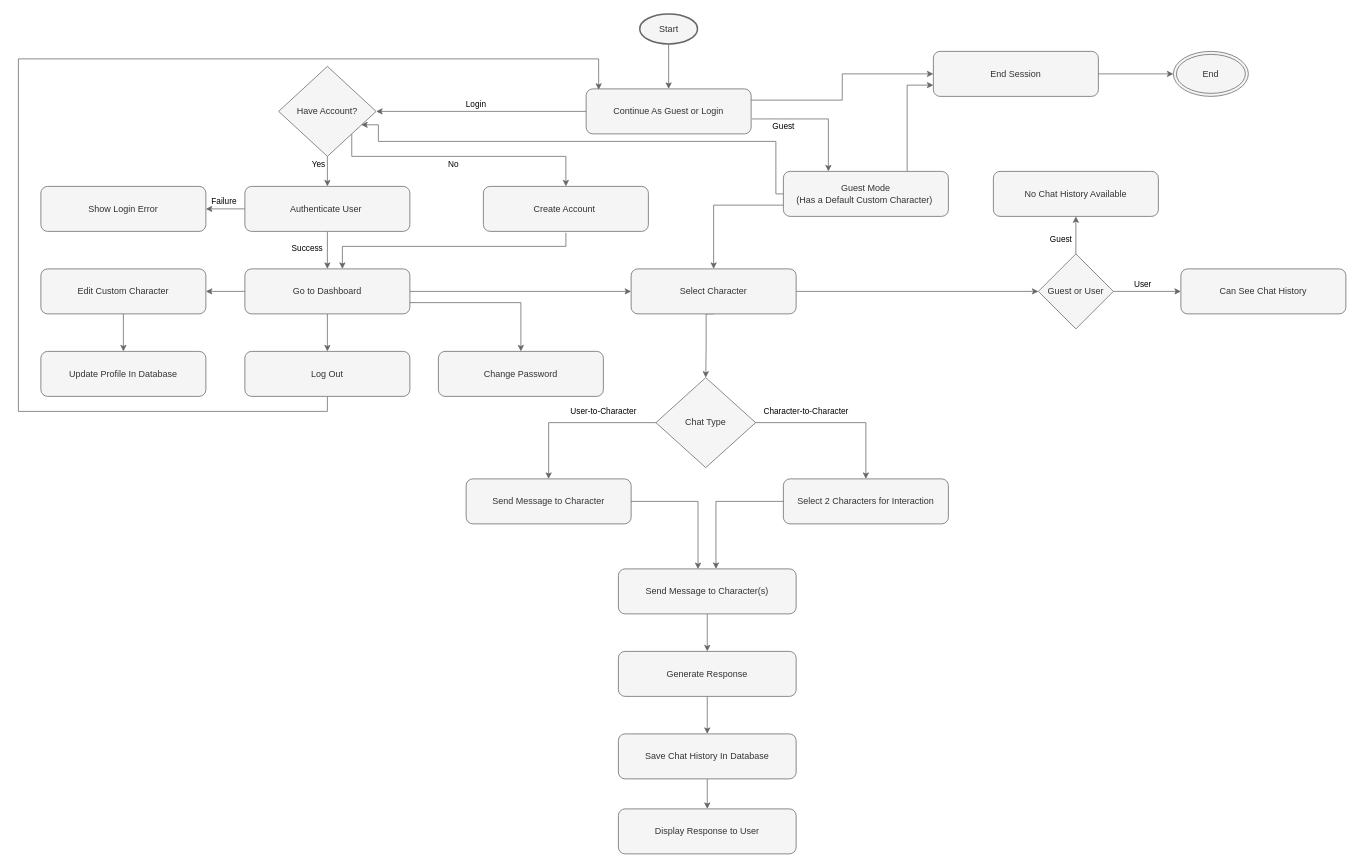
aminnademi/AIrium keeps this draw.io diagram as schema/activity_diagram.drawio. Above is the earlier version. Source tidied: cells renumbered, new cells numbered last; positions are measured from the earlier drawing's top-left corner, leaving out a move shared by most shapes. Both pictures are drawn from the tidied source at 75%, with x=0, y=0 at pixel (18, 14).
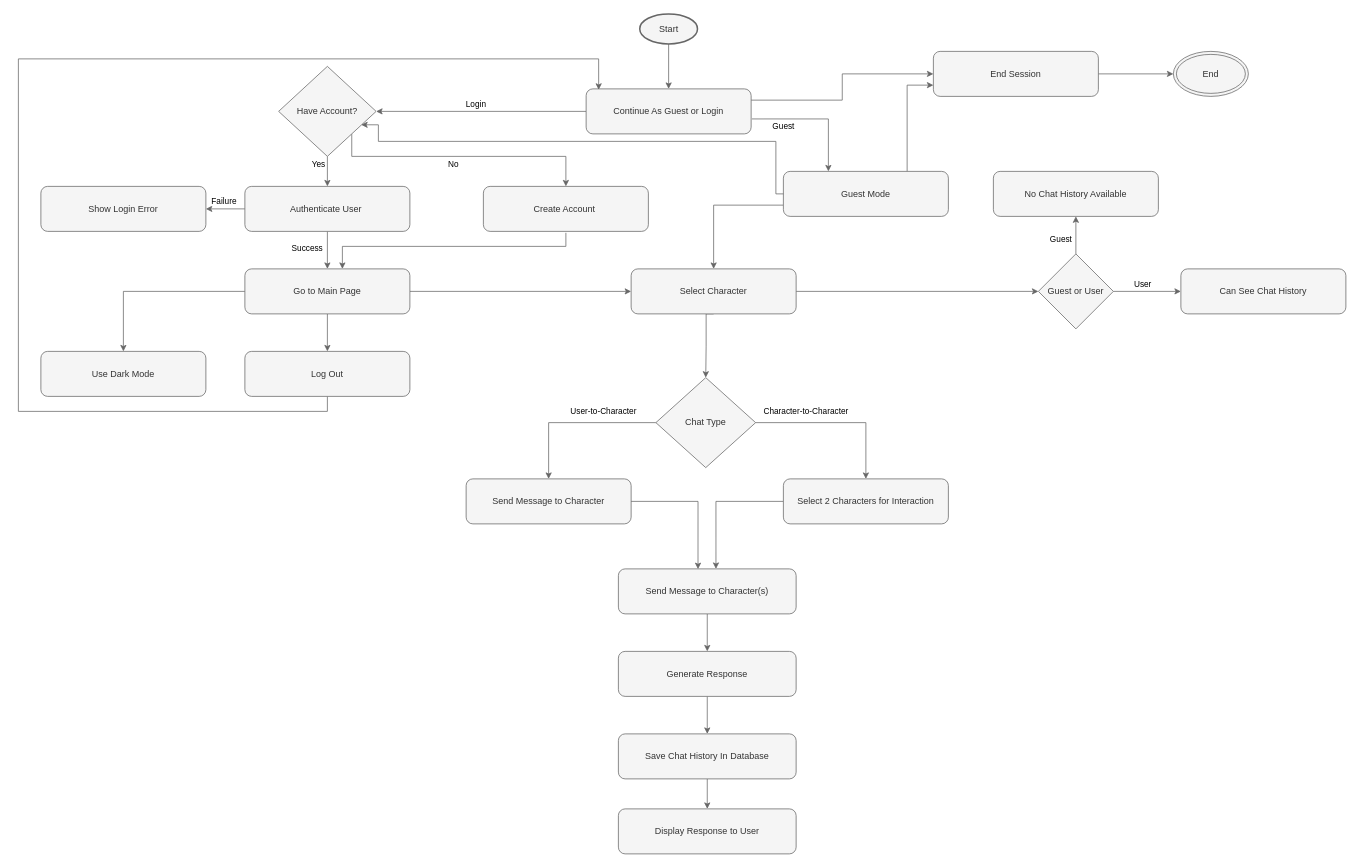
Above is the later version.

What changed in the source:
```diff
@@
-    <mxCell id="13" value="Guest Mode&lt;div&gt;(Has a Default Custom Character)&amp;nbsp;&lt;/div&gt;" style="rounded=1;whiteSpace=wrap;html=1;fillColor=#f5f5f5;strokeColor=#666666;fontColor=#333333;" parent="1" vertex="1">
+    <mxCell id="13" value="Guest Mode" style="rounded=1;whiteSpace=wrap;html=1;fillColor=#f5f5f5;strokeColor=#666666;fontColor=#333333;" parent="1" vertex="1">
       <mxGeometry x="1020" y="210" width="220" height="60" as="geometry" />
     </mxCell>
@@
-    <mxCell id="16" style="edgeStyle=orthogonalEdgeStyle;rounded=0;jettySize=auto;html=1;exitX=0;exitY=0.5;exitDx=0;exitDy=0;entryX=1;entryY=0.5;entryDx=0;entryDy=0;fillColor=#f5f5f5;strokeColor=#666666;" parent="1" edge="1" source="19" target="42">
-      <mxGeometry relative="1" as="geometry" />
-    </mxCell>
@@
-    <mxCell id="18" style="edgeStyle=orthogonalEdgeStyle;rounded=0;jettySize=auto;html=1;exitX=1;exitY=0.75;exitDx=0;exitDy=0;entryX=0.5;entryY=0;entryDx=0;entryDy=0;fillColor=#f5f5f5;strokeColor=#666666;" parent="1" edge="1" source="19" target="55">
-      <mxGeometry relative="1" as="geometry" />
-    </mxCell>
+    <mxCell id="57" style="edgeStyle=orthogonalEdgeStyle;rounded=0;jettySize=auto;html=1;exitX=0;exitY=0.5;exitDx=0;exitDy=0;entryX=0.5;entryY=0;entryDx=0;entryDy=0;fillColor=#f5f5f5;gradientColor=#b3b3b3;strokeColor=#666666;" parent="1" edge="1" source="19" target="58">
+      <mxGeometry relative="1" as="geometry" />
+    </mxCell>
-    <mxCell id="19" value="Go to Dashboard" style="rounded=1;whiteSpace=wrap;html=1;fillColor=#f5f5f5;strokeColor=#666666;fontColor=#333333;" parent="1" vertex="1">
+    <mxCell id="19" value="Go to Main Page" style="rounded=1;whiteSpace=wrap;html=1;fillColor=#f5f5f5;strokeColor=#666666;fontColor=#333333;" parent="1" vertex="1">
       <mxGeometry x="302" y="340" width="220" height="60" as="geometry" />
     </mxCell>
@@
-    <mxCell id="41" style="edgeStyle=orthogonalEdgeStyle;rounded=0;jettySize=auto;html=1;exitX=0.5;exitY=1;exitDx=0;exitDy=0;fillColor=#f5f5f5;strokeColor=#666666;" parent="1" edge="1" source="42" target="43">
-      <mxGeometry relative="1" as="geometry" />
-    </mxCell>
-    <mxCell id="42" value="Edit Custom Character" style="rounded=1;whiteSpace=wrap;html=1;fillColor=#f5f5f5;strokeColor=#666666;fontColor=#333333;" parent="1" vertex="1">
-      <mxGeometry x="30" y="340" width="220" height="60" as="geometry" />
-    </mxCell>
-    <mxCell id="43" value="Update Profile In Database" style="rounded=1;whiteSpace=wrap;html=1;fillColor=#f5f5f5;strokeColor=#666666;fontColor=#333333;" parent="1" vertex="1">
-      <mxGeometry x="30" y="450" width="220" height="60" as="geometry" />
-    </mxCell>
@@
-    <mxCell id="55" value="Change Password" style="rounded=1;whiteSpace=wrap;html=1;fillColor=#f5f5f5;strokeColor=#666666;fontColor=#333333;" parent="1" vertex="1">
-      <mxGeometry x="560" y="450" width="220" height="60" as="geometry" />
-    </mxCell>
@@
+    <mxCell id="58" value="Use Dark Mode" style="rounded=1;whiteSpace=wrap;html=1;fillColor=#f5f5f5;strokeColor=#666666;fontColor=#333333;" parent="1" vertex="1">
+      <mxGeometry x="30" y="450" width="220" height="60" as="geometry" />
+    </mxCell>
```
